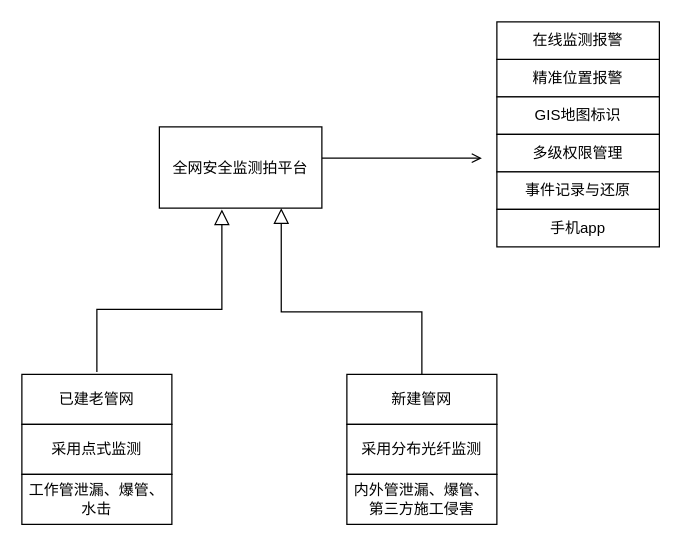
The draw.io diagram Untitled Diagram.drawio in zxflas/zxflas.github.io, before the edit. Source tidied: cells renumbered, new cells numbered last; positions are measured from the earlier drawing's top-left corner, leaving out a move shared by most shapes. Both pictures are drawn from the tidied source at 125%, with x=0, y=0 at pixel (21, 21).
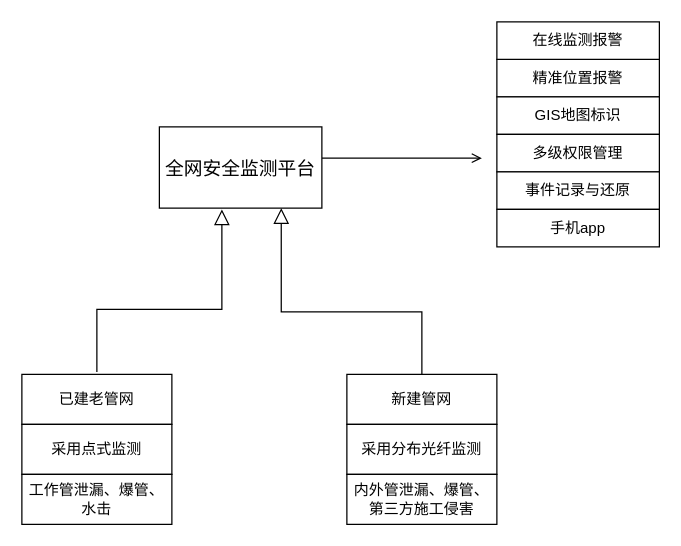
The same diagram, later.

What changed in the source:
```diff
@@
-    <mxCell id="4" value="全网安全监测拍平台" style="rounded=0;whiteSpace=wrap;html=1;" parent="1" vertex="1">
+    <mxCell id="4" value="全网安全监测平台" style="rounded=0;whiteSpace=wrap;html=1;fontSize=15;" parent="1" vertex="1">
       <mxGeometry x="110" y="84" width="130" height="65" as="geometry" />
     </mxCell>
```
